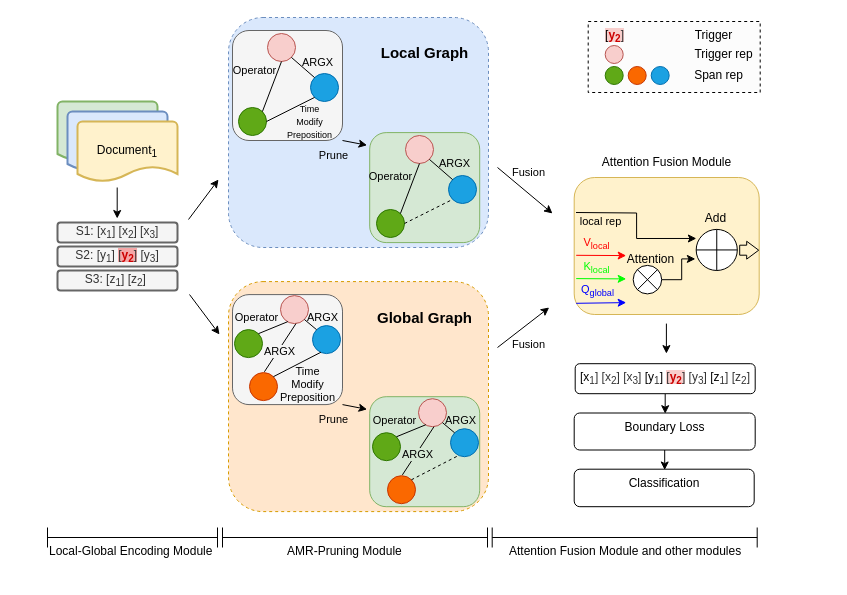
Above: model-modify2.drawio in crawlerWPS/drawing (draw.io), before the change. Source tidied: cells renumbered, new cells numbered last; positions are measured from the earlier drawing's top-left corner, leaving out a move shared by most shapes. Both pictures are drawn from the tidied source at 100%, with x=0, y=0 at pixel (47, 17).
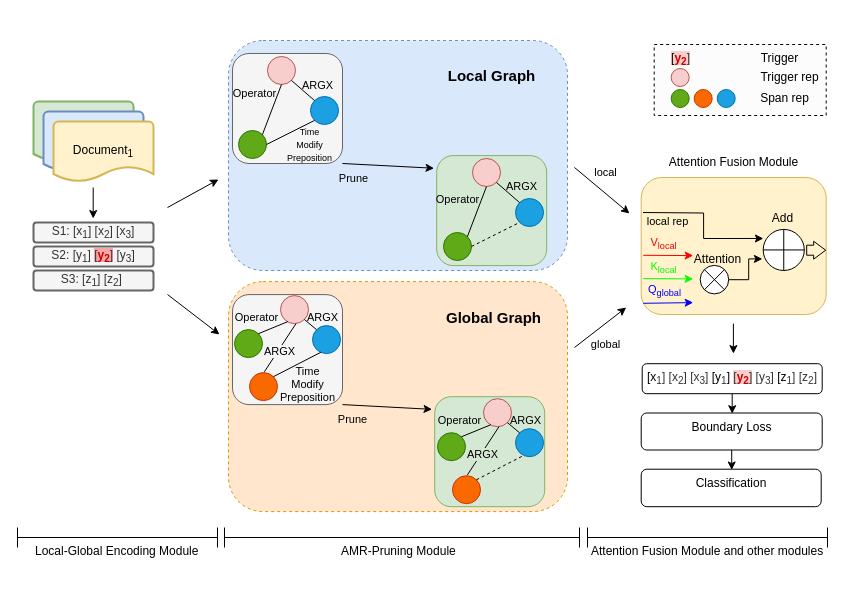
After the change.

Change to the diagram source:
```diff
@@
     <mxCell id="2" style="rounded=1;whiteSpace=wrap;html=1;fillStyle=auto;dashed=1;glass=0;perimeterSpacing=0;fillColor=#dae8fc;strokeColor=#6c8ebf;" parent="1" vertex="1">
-      <mxGeometry x="181" width="260" height="230" as="geometry" />
+      <mxGeometry x="181" y="23" width="339" height="230" as="geometry" />
     </mxCell>
     <mxCell id="3" style="rounded=1;whiteSpace=wrap;html=1;fillColor=#f5f5f5;fontColor=#333333;strokeColor=#666666;" parent="1" vertex="1">
-      <mxGeometry x="185" y="13" width="110" height="110" as="geometry" />
+      <mxGeometry x="185" y="36" width="110" height="110" as="geometry" />
     </mxCell>
     <mxCell id="4" style="strokeWidth=2;html=1;shape=mxgraph.flowchart.document2;whiteSpace=wrap;size=0.25;fillColor=#d5e8d4;strokeColor=#82b366;" parent="1" vertex="1">
-      <mxGeometry x="10" y="84" width="100" height="60" as="geometry" />
+      <mxGeometry x="-14" y="84" width="100" height="60" as="geometry" />
     </mxCell>
     <mxCell id="5" style="strokeWidth=2;html=1;shape=mxgraph.flowchart.document2;whiteSpace=wrap;size=0.25;fillColor=#dae8fc;strokeColor=#6c8ebf;" parent="1" vertex="1">
-      <mxGeometry x="20" y="94" width="100" height="60" as="geometry" />
+      <mxGeometry x="-4" y="94" width="100" height="60" as="geometry" />
     </mxCell>
     <mxCell id="6" value="Document&lt;sub&gt;1&lt;/sub&gt;" style="strokeWidth=2;html=1;shape=mxgraph.flowchart.document2;whiteSpace=wrap;size=0.25;fillColor=#fff2cc;strokeColor=#d6b656;" parent="1" vertex="1">
-      <mxGeometry x="30" y="104" width="100" height="60" as="geometry" />
+      <mxGeometry x="6" y="104" width="100" height="60" as="geometry" />
     </mxCell>
     <mxCell id="7" value="S1: [x&lt;sub&gt;1&lt;/sub&gt;] [x&lt;sub&gt;2&lt;/sub&gt;] [x&lt;sub&gt;3&lt;/sub&gt;]" style="rounded=1;whiteSpace=wrap;html=1;strokeWidth=2;fillColor=#f5f5f5;fontColor=#333333;strokeColor=#666666;" parent="1" vertex="1">
-      <mxGeometry x="10" y="205" width="120" height="20" as="geometry" />
+      <mxGeometry x="-14" y="205" width="120" height="20" as="geometry" />
     </mxCell>
     <mxCell id="8" value="S2: [y&lt;sub&gt;1&lt;/sub&gt;] &lt;span style=&quot;background-color: rgb(245, 167, 167);&quot;&gt;[&lt;font style=&quot;&quot; color=&quot;#cc0000&quot;&gt;&lt;b&gt;y&lt;sub&gt;2&lt;/sub&gt;&lt;/b&gt;&lt;/font&gt;]&lt;/span&gt; [y&lt;sub&gt;3&lt;/sub&gt;]" style="rounded=1;whiteSpace=wrap;html=1;strokeWidth=2;fillColor=#f5f5f5;fontColor=#333333;strokeColor=#666666;" parent="1" vertex="1">
-      <mxGeometry x="10" y="229" width="120" height="20" as="geometry" />
+      <mxGeometry x="-14" y="229" width="120" height="20" as="geometry" />
     </mxCell>
     <mxCell id="9" value="S3: [z&lt;sub&gt;1&lt;/sub&gt;] [z&lt;sub&gt;2&lt;/sub&gt;]&amp;nbsp;" style="rounded=1;whiteSpace=wrap;html=1;strokeWidth=2;fillColor=#f5f5f5;fontColor=#333333;strokeColor=#666666;" parent="1" vertex="1">
-      <mxGeometry x="10" y="253" width="120" height="20" as="geometry" />
+      <mxGeometry x="-14" y="253" width="120" height="20" as="geometry" />
     </mxCell>
     <mxCell id="10" style="edgeStyle=none;orthogonalLoop=1;jettySize=auto;html=1;rounded=0;" parent="1" edge="1">
       <mxGeometry relative="1" as="geometry">
-        <mxPoint x="450" y="330" as="sourcePoint" />
-        <mxPoint x="501.7" y="290" as="targetPoint" />
+        <mxPoint x="527" y="330" as="sourcePoint" />
+        <mxPoint x="578.7" y="290" as="targetPoint" />
       </mxGeometry>
     </mxCell>
-    <mxCell id="11" value="Fusion" style="edgeLabel;html=1;align=center;verticalAlign=middle;labelBackgroundColor=none;" parent="10" vertex="1">
+    <mxCell id="11" value="global" style="edgeLabel;html=1;align=center;verticalAlign=middle;labelBackgroundColor=none;" parent="10" vertex="1">
       <mxGeometry x="-0.25" y="2" relative="1" as="geometry">
         <mxPoint x="12" y="13" as="offset" />
       </mxGeometry>
     </mxCell>
     <mxCell id="12" style="edgeStyle=none;orthogonalLoop=1;jettySize=auto;html=1;rounded=0;" parent="1" edge="1">
       <mxGeometry relative="1" as="geometry">
-        <mxPoint x="450" y="150" as="sourcePoint" />
-        <mxPoint x="505" y="196" as="targetPoint" />
+        <mxPoint x="527" y="150" as="sourcePoint" />
+        <mxPoint x="582" y="196" as="targetPoint" />
       </mxGeometry>
     </mxCell>
-    <mxCell id="13" value="Fusion" style="edgeLabel;html=1;align=center;verticalAlign=middle;labelBackgroundColor=none;" parent="12" vertex="1">
+    <mxCell id="13" value="local" style="edgeLabel;html=1;align=center;verticalAlign=middle;labelBackgroundColor=none;" parent="12" vertex="1">
       <mxGeometry x="-0.24" y="1" relative="1" as="geometry">
         <mxPoint x="9" y="-12" as="offset" />
       </mxGeometry>
     </mxCell>
     <mxCell id="14" style="edgeStyle=none;orthogonalLoop=1;jettySize=auto;html=1;rounded=0;" parent="1" edge="1">
       <mxGeometry relative="1" as="geometry">
-        <mxPoint x="141" y="202" as="sourcePoint" />
+        <mxPoint x="120" y="190" as="sourcePoint" />
         <mxPoint x="171" y="162" as="targetPoint" />
       </mxGeometry>
     </mxCell>
     <mxCell id="15" style="edgeStyle=none;orthogonalLoop=1;jettySize=auto;html=1;rounded=0;" parent="1" edge="1">
       <mxGeometry relative="1" as="geometry">
-        <mxPoint x="142" y="277" as="sourcePoint" />
+        <mxPoint x="120" y="277" as="sourcePoint" />
         <mxPoint x="172" y="317" as="targetPoint" />
       </mxGeometry>
     </mxCell>
     <mxCell id="16" style="rounded=1;whiteSpace=wrap;html=1;fillColor=#d5e8d4;strokeColor=#82b366;" parent="1" vertex="1">
-      <mxGeometry x="322.2" y="115.1" width="110" height="110" as="geometry" />
+      <mxGeometry x="389.2" y="138.1" width="110" height="110" as="geometry" />
     </mxCell>
@@
     <mxCell id="19" style="ellipse;whiteSpace=wrap;html=1;fillColor=#f8cecc;strokeColor=#b85450;" parent="1" vertex="1">
-      <mxGeometry x="220" y="16" width="28" height="28" as="geometry" />
+      <mxGeometry x="220" y="39" width="28" height="28" as="geometry" />
     </mxCell>
     <mxCell id="20" style="ellipse;whiteSpace=wrap;html=1;fillColor=#1ba1e2;fontColor=#ffffff;strokeColor=#006EAF;" parent="1" vertex="1">
-      <mxGeometry x="263" y="56" width="28" height="28" as="geometry" />
+      <mxGeometry x="263" y="79" width="28" height="28" as="geometry" />
     </mxCell>
     <mxCell id="21" style="ellipse;whiteSpace=wrap;html=1;fillColor=#60a917;fontColor=#ffffff;strokeColor=#2D7600;" parent="1" vertex="1">
-      <mxGeometry x="191" y="90" width="28" height="28" as="geometry" />
+      <mxGeometry x="191" y="113" width="28" height="28" as="geometry" />
     </mxCell>
@@
     <mxCell id="29" value="[x&lt;sub style=&quot;border-color: var(--border-color); color: rgb(51, 51, 51);&quot;&gt;1&lt;/sub&gt;&lt;span style=&quot;color: rgb(51, 51, 51);&quot;&gt;] [x&lt;/span&gt;&lt;sub style=&quot;border-color: var(--border-color); color: rgb(51, 51, 51);&quot;&gt;2&lt;/sub&gt;&lt;span style=&quot;color: rgb(51, 51, 51);&quot;&gt;] [x&lt;/span&gt;&lt;sub style=&quot;border-color: var(--border-color); color: rgb(51, 51, 51);&quot;&gt;3&lt;/sub&gt;&lt;span style=&quot;color: rgb(51, 51, 51);&quot;&gt;]&amp;nbsp;&lt;/span&gt;[y&lt;sub style=&quot;border-color: var(--border-color); color: rgb(51, 51, 51);&quot;&gt;1&lt;/sub&gt;]&amp;nbsp;&lt;span style=&quot;background-color: rgb(248, 206, 204);&quot;&gt;&lt;span style=&quot;color: rgb(51, 51, 51);&quot;&gt;[&lt;/span&gt;&lt;font style=&quot;border-color: var(--border-color);&quot; color=&quot;#cc0000&quot;&gt;&lt;b style=&quot;border-color: var(--border-color);&quot;&gt;y&lt;sub style=&quot;border-color: var(--border-color);&quot;&gt;2&lt;/sub&gt;&lt;/b&gt;&lt;/font&gt;&lt;span style=&quot;color: rgb(51, 51, 51);&quot;&gt;]&lt;/span&gt;&lt;/span&gt;&lt;span style=&quot;color: rgb(51, 51, 51);&quot;&gt;&amp;nbsp;[y&lt;/span&gt;&lt;sub style=&quot;border-color: var(--border-color); color: rgb(51, 51, 51);&quot;&gt;3&lt;/sub&gt;&lt;span style=&quot;color: rgb(51, 51, 51);&quot;&gt;]&lt;/span&gt;&amp;nbsp;[z&lt;sub style=&quot;border-color: var(--border-color); color: rgb(51, 51, 51);&quot;&gt;1&lt;/sub&gt;&lt;span style=&quot;color: rgb(51, 51, 51);&quot;&gt;] [z&lt;/span&gt;&lt;sub style=&quot;border-color: var(--border-color); color: rgb(51, 51, 51);&quot;&gt;2&lt;/sub&gt;&lt;span style=&quot;color: rgb(51, 51, 51);&quot;&gt;]&lt;/span&gt;" style="rounded=1;whiteSpace=wrap;html=1;verticalAlign=top;" parent="1" vertex="1">
-      <mxGeometry x="527.7" y="346.2" width="180" height="30" as="geometry" />
+      <mxGeometry x="594.7" y="346.2" width="180" height="30" as="geometry" />
     </mxCell>
@@
     <mxCell id="31" value="Boundary Loss" style="whiteSpace=wrap;html=1;verticalAlign=top;rounded=1;" parent="1" vertex="1">
-      <mxGeometry x="526.7" y="395.5" width="181" height="37" as="geometry" />
+      <mxGeometry x="593.7" y="395.5" width="181" height="37" as="geometry" />
     </mxCell>
     <mxCell id="32" value="Classification" style="whiteSpace=wrap;html=1;verticalAlign=top;rounded=1;" parent="1" vertex="1">
-      <mxGeometry x="526.7" y="451.7" width="180" height="37.5" as="geometry" />
+      <mxGeometry x="593.7" y="451.7" width="180" height="37.5" as="geometry" />
     </mxCell>
     <mxCell id="33" style="rounded=0;whiteSpace=wrap;html=1;fillColor=#fcfcfc;dashed=1;strokeColor=default;glass=0;" parent="1" vertex="1">
-      <mxGeometry x="540.7" y="4" width="172" height="71" as="geometry" />
+      <mxGeometry x="606.7" y="27" width="172" height="71" as="geometry" />
     </mxCell>
     <mxCell id="34" style="ellipse;whiteSpace=wrap;html=1;fillColor=#f8cecc;strokeColor=#b85450;" parent="1" vertex="1">
-      <mxGeometry x="557.7" y="28" width="18" height="18" as="geometry" />
+      <mxGeometry x="623.7" y="51" width="18" height="18" as="geometry" />
     </mxCell>
     <mxCell id="35" value="Trigger rep" style="text;html=1;strokeColor=none;fillColor=none;align=center;verticalAlign=middle;whiteSpace=wrap;rounded=0;" parent="1" vertex="1">
-      <mxGeometry x="640.7" y="22" width="71" height="30" as="geometry" />
+      <mxGeometry x="706.7" y="45" width="71" height="30" as="geometry" />
     </mxCell>
     <mxCell id="36" value="&lt;span style=&quot;background-color: rgb(248, 206, 204);&quot;&gt;[&lt;font style=&quot;border-color: var(--border-color);&quot; color=&quot;#cc0000&quot;&gt;&lt;b style=&quot;border-color: var(--border-color);&quot;&gt;y&lt;sub style=&quot;border-color: var(--border-color);&quot;&gt;2&lt;/sub&gt;&lt;/b&gt;&lt;/font&gt;&lt;span style=&quot;color: rgb(51, 51, 51);&quot;&gt;]&lt;/span&gt;&lt;/span&gt;" style="text;html=1;strokeColor=none;fillColor=none;align=center;verticalAlign=middle;whiteSpace=wrap;rounded=0;" parent="1" vertex="1">
-      <mxGeometry x="552.2" y="4" width="31" height="30" as="geometry" />
+      <mxGeometry x="618.2" y="27" width="31" height="30" as="geometry" />
     </mxCell>
     <mxCell id="37" value="Trigger" style="text;html=1;strokeColor=none;fillColor=none;align=center;verticalAlign=middle;whiteSpace=wrap;rounded=0;" parent="1" vertex="1">
-      <mxGeometry x="630.7" y="3" width="71" height="30" as="geometry" />
+      <mxGeometry x="696.7" y="26" width="71" height="30" as="geometry" />
     </mxCell>
     <mxCell id="38" style="ellipse;whiteSpace=wrap;html=1;fillColor=#60a917;fontColor=#ffffff;strokeColor=#2D7600;" parent="1" vertex="1">
-      <mxGeometry x="557.7" y="49" width="18" height="18" as="geometry" />
+      <mxGeometry x="623.7" y="72" width="18" height="18" as="geometry" />
     </mxCell>
     <mxCell id="39" style="ellipse;whiteSpace=wrap;html=1;fillColor=#fa6800;fontColor=#000000;strokeColor=#C73500;" parent="1" vertex="1">
-      <mxGeometry x="580.7" y="49" width="18" height="18" as="geometry" />
+      <mxGeometry x="646.7" y="72" width="18" height="18" as="geometry" />
     </mxCell>
     <mxCell id="40" style="ellipse;whiteSpace=wrap;html=1;fillColor=#1ba1e2;fontColor=#ffffff;strokeColor=#006EAF;" parent="1" vertex="1">
-      <mxGeometry x="603.7" y="49" width="18" height="18" as="geometry" />
+      <mxGeometry x="669.7" y="72" width="18" height="18" as="geometry" />
     </mxCell>
     <mxCell id="41" value="Span rep" style="text;html=1;strokeColor=none;fillColor=none;align=center;verticalAlign=middle;whiteSpace=wrap;rounded=0;" parent="1" vertex="1">
-      <mxGeometry x="631.2" y="46" width="81" height="24" as="geometry" />
+      <mxGeometry x="697.2" y="69" width="81" height="24" as="geometry" />
     </mxCell>
     <mxCell id="42" value="&lt;font style=&quot;font-size: 15px;&quot;&gt;&lt;b&gt;Local Graph&lt;/b&gt;&lt;/font&gt;" style="text;html=1;align=center;verticalAlign=middle;strokeColor=none;fillColor=none;" parent="1" vertex="1">
-      <mxGeometry x="322.2" y="20" width="110" height="30" as="geometry" />
+      <mxGeometry x="389.2" y="43" width="110" height="30" as="geometry" />
     </mxCell>
     <mxCell id="43" style="rounded=1;whiteSpace=wrap;html=1;fillColor=#fff2cc;strokeColor=#d6b656;" parent="1" vertex="1">
-      <mxGeometry x="526.7" y="160" width="185" height="137" as="geometry" />
+      <mxGeometry x="593.7" y="160" width="185" height="137" as="geometry" />
     </mxCell>
     <mxCell id="44" style="endArrow=classic;html=1;rounded=0;strokeColor=#ff0000;" parent="1" edge="1">
       <mxGeometry relative="1" as="geometry">
-        <mxPoint x="528.7" y="237.8" as="sourcePoint" />
-        <mxPoint x="578.7" y="238.1" as="targetPoint" />
+        <mxPoint x="595.7" y="237.8" as="sourcePoint" />
+        <mxPoint x="645.7" y="238.1" as="targetPoint" />
       </mxGeometry>
     </mxCell>
@@
     <mxCell id="46" style="endArrow=classic;html=1;rounded=0;strokeColor=#0000ff;" parent="1" edge="1">
       <mxGeometry relative="1" as="geometry">
-        <mxPoint x="528.7" y="285.8" as="sourcePoint" />
-        <mxPoint x="578.7" y="285.1" as="targetPoint" />
+        <mxPoint x="595.7" y="285.8" as="sourcePoint" />
+        <mxPoint x="645.7" y="285.1" as="targetPoint" />
       </mxGeometry>
     </mxCell>
@@
     <mxCell id="48" style="endArrow=classic;html=1;rounded=0;entryX=0.004;entryY=0.221;entryDx=0;entryDy=0;edgeStyle=orthogonalEdgeStyle;entryPerimeter=0;" parent="1" edge="1" target="51">
       <mxGeometry relative="1" as="geometry">
-        <mxPoint x="528.5" y="195" as="sourcePoint" />
+        <mxPoint x="595.5" y="195" as="sourcePoint" />
       </mxGeometry>
     </mxCell>
@@
     <mxCell id="50" style="shape=sumEllipse;perimeter=ellipsePerimeter;whiteSpace=wrap;html=1;backgroundOutline=1;" parent="1" vertex="1">
-      <mxGeometry x="585.7" y="247.9" width="28.5" height="28.5" as="geometry" />
+      <mxGeometry x="652.7" y="247.9" width="28.5" height="28.5" as="geometry" />
     </mxCell>
     <mxCell id="51" style="shape=orEllipse;perimeter=ellipsePerimeter;whiteSpace=wrap;html=1;backgroundOutline=1;" parent="1" vertex="1">
-      <mxGeometry x="648.7" y="211.9" width="41.1" height="41.1" as="geometry" />
+      <mxGeometry x="715.7" y="211.9" width="41.1" height="41.1" as="geometry" />
     </mxCell>
     <mxCell id="52" style="endArrow=classic;html=1;rounded=0;strokeColor=#00ff00;" parent="1" edge="1">
       <mxGeometry relative="1" as="geometry">
-        <mxPoint x="528.7" y="261.1" as="sourcePoint" />
-        <mxPoint x="578.7" y="261.4" as="targetPoint" />
+        <mxPoint x="595.7" y="261.1" as="sourcePoint" />
+        <mxPoint x="645.7" y="261.4" as="targetPoint" />
       </mxGeometry>
     </mxCell>
@@
     <mxCell id="54" value="Attention" style="text;html=1;align=center;verticalAlign=middle;strokeColor=none;fillColor=none;" parent="1" vertex="1">
-      <mxGeometry x="568" y="227.1" width="70" height="30" as="geometry" />
+      <mxGeometry x="635" y="227.1" width="70" height="30" as="geometry" />
     </mxCell>
@@
     <mxCell id="56" style="shape=flexArrow;endArrow=classic;html=1;rounded=0;endWidth=6.857142857142857;endSize=3.6685714285714286;" parent="1" edge="1">
       <mxGeometry relative="1" as="geometry">
-        <mxPoint x="691.7" y="232.7" as="sourcePoint" />
-        <mxPoint x="711.7" y="232.7" as="targetPoint" />
+        <mxPoint x="758.7" y="232.7" as="sourcePoint" />
+        <mxPoint x="778.7" y="232.7" as="targetPoint" />
       </mxGeometry>
     </mxCell>
     <mxCell id="57" value="Add" style="text;html=1;align=center;verticalAlign=middle;strokeColor=none;fillColor=none;" parent="1" vertex="1">
-      <mxGeometry x="647.7" y="186" width="40" height="30" as="geometry" />
+      <mxGeometry x="714.7" y="186" width="40" height="30" as="geometry" />
     </mxCell>
     <mxCell id="58" style="endArrow=classic;html=1;rounded=0;" parent="1" edge="1">
       <mxGeometry relative="1" as="geometry">
-        <mxPoint x="69.7" y="170" as="sourcePoint" />
-        <mxPoint x="69.7" y="201" as="targetPoint" />
+        <mxPoint x="45.7" y="170" as="sourcePoint" />
+        <mxPoint x="45.7" y="201" as="targetPoint" />
       </mxGeometry>
     </mxCell>
     <mxCell id="59" style="ellipse;whiteSpace=wrap;html=1;fillColor=#f8cecc;strokeColor=#b85450;" parent="1" vertex="1">
-      <mxGeometry x="358" y="118" width="28" height="28" as="geometry" />
+      <mxGeometry x="425" y="141" width="28" height="28" as="geometry" />
     </mxCell>
     <mxCell id="60" style="ellipse;whiteSpace=wrap;html=1;fillColor=#1ba1e2;fontColor=#ffffff;strokeColor=#006EAF;" parent="1" vertex="1">
-      <mxGeometry x="401" y="158" width="28" height="28" as="geometry" />
+      <mxGeometry x="468" y="181" width="28" height="28" as="geometry" />
     </mxCell>
     <mxCell id="61" style="ellipse;whiteSpace=wrap;html=1;fillColor=#60a917;fontColor=#ffffff;strokeColor=#2D7600;" parent="1" vertex="1">
-      <mxGeometry x="329" y="192" width="28" height="28" as="geometry" />
+      <mxGeometry x="396" y="215" width="28" height="28" as="geometry" />
     </mxCell>
@@
     <mxCell id="67" style="rounded=1;whiteSpace=wrap;html=1;fillStyle=auto;dashed=1;glass=0;perimeterSpacing=0;fillColor=#ffe6cc;strokeColor=#d79b00;" parent="1" vertex="1">
-      <mxGeometry x="181" y="264.1" width="260" height="230" as="geometry" />
+      <mxGeometry x="181" y="264.1" width="339" height="230" as="geometry" />
     </mxCell>
@@
     <mxCell id="69" style="rounded=1;whiteSpace=wrap;html=1;fillColor=#d5e8d4;strokeColor=#82b366;" parent="1" vertex="1">
-      <mxGeometry x="322.2" y="379.2" width="110" height="110" as="geometry" />
+      <mxGeometry x="387.2" y="379.2" width="110" height="110" as="geometry" />
     </mxCell>
@@
     <mxCell id="83" style="ellipse;whiteSpace=wrap;html=1;fillColor=#f8cecc;strokeColor=#b85450;" parent="1" vertex="1">
-      <mxGeometry x="371" y="381.2" width="28" height="28" as="geometry" />
+      <mxGeometry x="436" y="381.2" width="28" height="28" as="geometry" />
     </mxCell>
     <mxCell id="84" style="ellipse;whiteSpace=wrap;html=1;fillColor=#1ba1e2;fontColor=#ffffff;strokeColor=#006EAF;" parent="1" vertex="1">
-      <mxGeometry x="403" y="411.2" width="28" height="28" as="geometry" />
+      <mxGeometry x="468" y="411.2" width="28" height="28" as="geometry" />
     </mxCell>
     <mxCell id="85" style="ellipse;whiteSpace=wrap;html=1;fillColor=#60a917;fontColor=#ffffff;strokeColor=#2D7600;" parent="1" vertex="1">
-      <mxGeometry x="325" y="415.2" width="28" height="28" as="geometry" />
+      <mxGeometry x="390" y="415.2" width="28" height="28" as="geometry" />
     </mxCell>
@@
     <mxCell id="90" style="ellipse;whiteSpace=wrap;html=1;fillColor=#fa6800;fontColor=#000000;strokeColor=#C73500;" parent="1" vertex="1">
-      <mxGeometry x="340" y="458.2" width="28" height="28" as="geometry" />
+      <mxGeometry x="405" y="458.2" width="28" height="28" as="geometry" />
     </mxCell>
@@
     <mxCell id="94" value="&lt;b&gt;&lt;font style=&quot;font-size: 15px;&quot;&gt;Global Graph&lt;/font&gt;&lt;/b&gt;" style="text;html=1;align=center;verticalAlign=middle;strokeColor=none;fillColor=none;" parent="1" vertex="1">
-      <mxGeometry x="317.2" y="285.1" width="120" height="30" as="geometry" />
+      <mxGeometry x="386.2" y="285.1" width="120" height="30" as="geometry" />
     </mxCell>
     <mxCell id="95" style="endArrow=classic;html=1;rounded=0;" parent="1" edge="1">
       <mxGeometry relative="1" as="geometry">
-        <mxPoint x="618.9" y="306.1" as="sourcePoint" />
-        <mxPoint x="618.9" y="336.1" as="targetPoint" />
+        <mxPoint x="685.9" y="306.1" as="sourcePoint" />
+        <mxPoint x="685.9" y="336.1" as="targetPoint" />
       </mxGeometry>
     </mxCell>
     <mxCell id="96" style="shape=crossbar;whiteSpace=wrap;html=1;rounded=1;" parent="1" vertex="1">
-      <mxGeometry y="510" width="170" height="20" as="geometry" />
+      <mxGeometry x="-30" y="510" width="200" height="20" as="geometry" />
     </mxCell>
     <mxCell id="97" style="shape=crossbar;whiteSpace=wrap;html=1;rounded=1;" parent="1" vertex="1">
-      <mxGeometry x="175" y="510" width="265" height="20" as="geometry" />
+      <mxGeometry x="177" y="510" width="355" height="20" as="geometry" />
     </mxCell>
     <mxCell id="98" value="Attention Fusion Module" style="text;html=1;align=center;verticalAlign=middle;strokeColor=none;fillColor=none;" parent="1" vertex="1">
-      <mxGeometry x="544.2" y="130" width="150" height="30" as="geometry" />
+      <mxGeometry x="611.2" y="130" width="150" height="30" as="geometry" />
     </mxCell>
     <mxCell id="99" value="&lt;span style=&quot;color: rgb(0, 0, 0); font-family: Helvetica; font-style: normal; font-variant-ligatures: normal; font-variant-caps: normal; font-weight: 400; letter-spacing: normal; orphans: 2; text-align: center; text-indent: 0px; text-transform: none; widows: 2; word-spacing: 0px; -webkit-text-stroke-width: 0px; background-color: rgb(255, 255, 255); text-decoration-thickness: initial; text-decoration-style: initial; text-decoration-color: initial; float: none; display: inline !important;&quot;&gt;&lt;font style=&quot;font-size: 12px;&quot;&gt;AMR-Pruning Module&lt;/font&gt;&lt;/span&gt;" style="text;whiteSpace=wrap;html=1;" parent="1" vertex="1">
-      <mxGeometry x="237.5" y="520" width="140" height="40" as="geometry" />
+      <mxGeometry x="291.5" y="520" width="140" height="40" as="geometry" />
     </mxCell>
     <mxCell id="100" value="&lt;div style=&quot;text-align: center;&quot;&gt;&lt;span style=&quot;background-color: rgb(255, 255, 255);&quot;&gt;Local-Global Encoding Module&lt;/span&gt;&lt;/div&gt;" style="text;whiteSpace=wrap;html=1;" parent="1" vertex="1">
-      <mxGeometry y="520" width="170" height="40" as="geometry" />
+      <mxGeometry x="-14" y="520" width="170" height="40" as="geometry" />
     </mxCell>
     <mxCell id="101" style="shape=crossbar;whiteSpace=wrap;html=1;rounded=1;" parent="1" vertex="1">
-      <mxGeometry x="444.7" y="510" width="265" height="20" as="geometry" />
+      <mxGeometry x="540" y="510" width="240" height="20" as="geometry" />
     </mxCell>
     <mxCell id="102" value="&lt;span style=&quot;color: rgb(0, 0, 0); font-family: Helvetica; font-style: normal; font-variant-ligatures: normal; font-variant-caps: normal; font-weight: 400; letter-spacing: normal; orphans: 2; text-align: center; text-indent: 0px; text-transform: none; widows: 2; word-spacing: 0px; -webkit-text-stroke-width: 0px; background-color: rgb(255, 255, 255); text-decoration-thickness: initial; text-decoration-style: initial; text-decoration-color: initial; float: none; display: inline !important;&quot;&gt;&lt;font style=&quot;font-size: 12px;&quot;&gt;Attention Fusion Module and other modules&lt;/font&gt;&lt;/span&gt;" style="text;whiteSpace=wrap;html=1;" parent="1" vertex="1">
-      <mxGeometry x="460" y="520" width="240" height="40" as="geometry" />
+      <mxGeometry x="542" y="520" width="240" height="40" as="geometry" />
     </mxCell>
```
